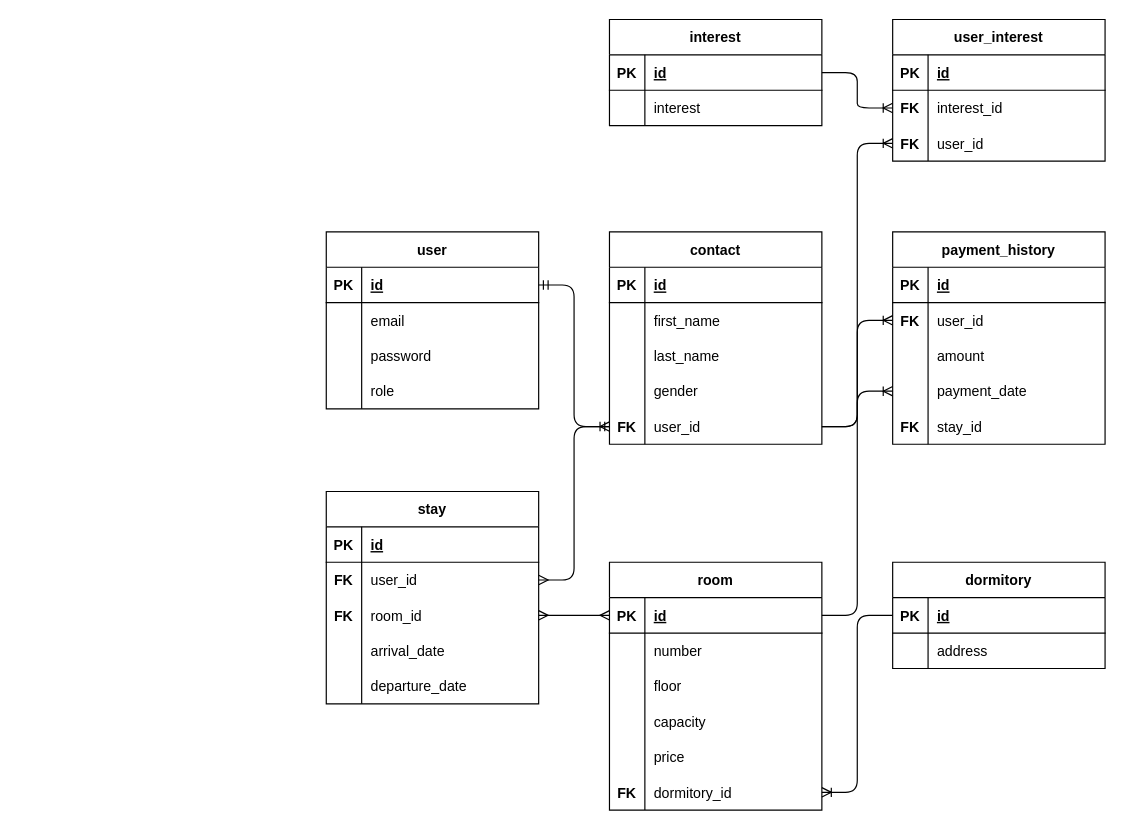
Above: draw.io/newDb.drawio in deividasdul/BAVIS (draw.io), before the change. Source tidied: cells renumbered, new cells numbered last; positions are measured from the earlier drawing's top-left corner, leaving out a move shared by most shapes. Both pictures are drawn from the tidied source at 118%, with x=0, y=0 at pixel (326, 19).
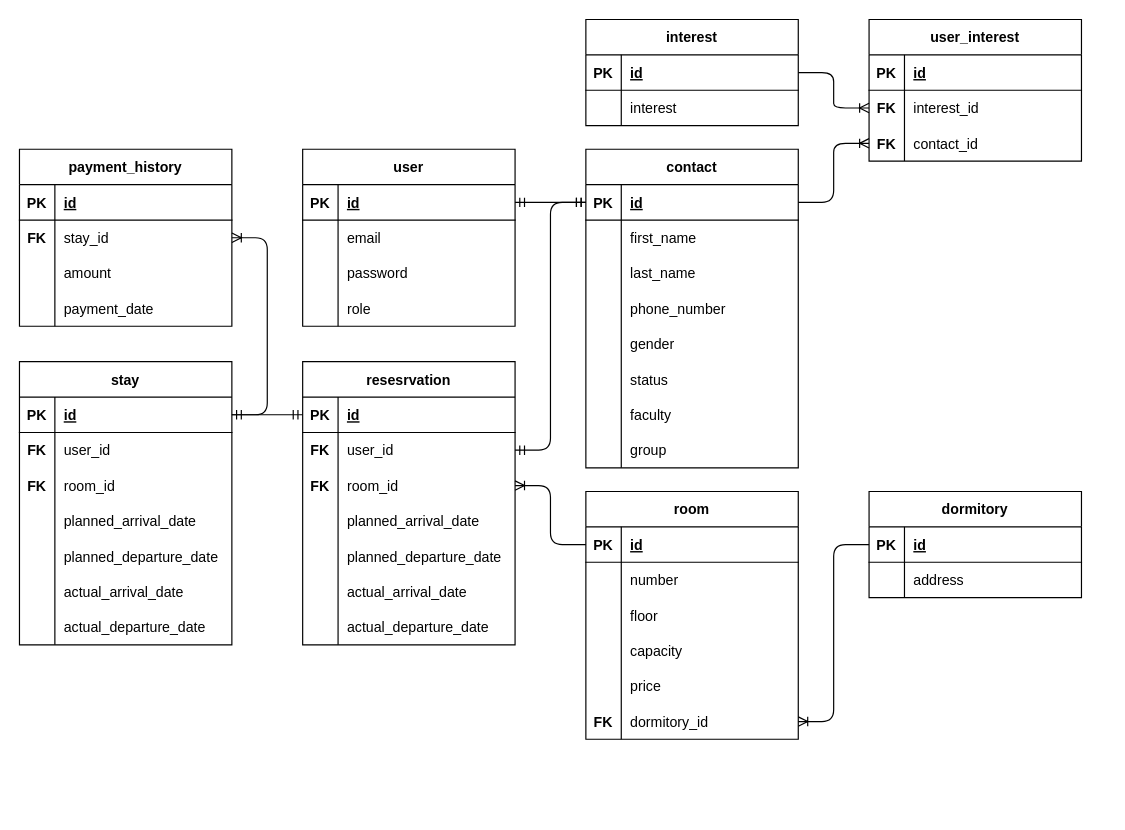
After the change.

Unchanged cells that the change refers to:
```xml
<mxCell id="3" style="shape=tableRow;horizontal=0;startSize=0;swimlaneHead=0;swimlaneBody=0;fillColor=none;points=[[0,0.5],[1,0.5]];portConstraint=eastwest;top=0;left=0;right=0;bottom=1;" parent="2" vertex="1">
  <mxGeometry y="30" width="180" height="30" as="geometry" />
</mxCell>
<mxCell id="18" style="shape=tableRow;horizontal=0;startSize=0;swimlaneHead=0;swimlaneBody=0;fillColor=none;points=[[0,0.5],[1,0.5]];portConstraint=eastwest;top=0;left=0;right=0;bottom=0;" parent="2" vertex="1">
  <mxGeometry y="180" width="180" height="30" as="geometry" />
</mxCell>
<mxCell id="22" style="shape=tableRow;horizontal=0;startSize=0;swimlaneHead=0;swimlaneBody=0;fillColor=none;points=[[0,0.5],[1,0.5]];portConstraint=eastwest;top=0;left=0;right=0;bottom=1;" parent="21" vertex="1">
  <mxGeometry y="30" width="180" height="30" as="geometry" />
</mxCell>
<mxCell id="30" style="shape=tableRow;horizontal=0;startSize=0;swimlaneHead=0;swimlaneBody=0;fillColor=none;points=[[0,0.5],[1,0.5]];portConstraint=eastwest;top=0;left=0;right=0;bottom=1;" parent="29" vertex="1">
  <mxGeometry y="30" width="180" height="30" as="geometry" />
</mxCell>
<mxCell id="43" style="shape=tableRow;horizontal=0;startSize=0;swimlaneHead=0;swimlaneBody=0;fillColor=none;points=[[0,0.5],[1,0.5]];portConstraint=eastwest;top=0;left=0;right=0;bottom=1;" parent="42" vertex="1">
  <mxGeometry y="30" width="180" height="30" as="geometry" />
</mxCell>
<mxCell id="60" style="shape=tableRow;horizontal=0;startSize=0;swimlaneHead=0;swimlaneBody=0;fillColor=none;points=[[0,0.5],[1,0.5]];portConstraint=eastwest;top=0;left=0;right=0;bottom=1;" parent="59" vertex="1">
  <mxGeometry y="30" width="180" height="30" as="geometry" />
</mxCell>
<mxCell id="63" style="shape=tableRow;horizontal=0;startSize=0;swimlaneHead=0;swimlaneBody=0;fillColor=none;points=[[0,0.5],[1,0.5]];portConstraint=eastwest;top=0;left=0;right=0;bottom=0;" parent="59" vertex="1">
  <mxGeometry y="60" width="180" height="30" as="geometry" />
</mxCell>
<mxCell id="66" style="shape=tableRow;horizontal=0;startSize=0;swimlaneHead=0;swimlaneBody=0;fillColor=none;points=[[0,0.5],[1,0.5]];portConstraint=eastwest;top=0;left=0;right=0;bottom=0;" parent="59" vertex="1">
  <mxGeometry y="90" width="180" height="30" as="geometry" />
</mxCell>
<mxCell id="69" style="shape=tableRow;horizontal=0;startSize=0;swimlaneHead=0;swimlaneBody=0;fillColor=none;top=0;left=0;right=0;bottom=0;" parent="59" vertex="1">
  <mxGeometry y="120" width="180" height="30" as="geometry" />
</mxCell>
<mxCell id="72" style="shape=tableRow;horizontal=0;startSize=0;swimlaneHead=0;swimlaneBody=0;fillColor=none;top=0;left=0;right=0;bottom=0;" parent="59" vertex="1">
  <mxGeometry y="150" width="180" height="30" as="geometry" />
</mxCell>
<mxCell id="86" style="shape=tableRow;horizontal=0;startSize=0;swimlaneHead=0;swimlaneBody=0;fillColor=none;points=[[0,0.5],[1,0.5]];portConstraint=eastwest;top=0;left=0;right=0;bottom=0;" parent="76" vertex="1">
  <mxGeometry y="120" width="180" height="30" as="geometry" />
</mxCell>
<mxCell id="109" style="shape=tableRow;horizontal=0;startSize=0;swimlaneHead=0;swimlaneBody=0;fillColor=none;points=[[0,0.5],[1,0.5]];portConstraint=eastwest;top=0;left=0;right=0;bottom=0;" parent="102" vertex="1">
  <mxGeometry y="90" width="180" height="30" as="geometry" />
</mxCell>
```

Diff of the diagram source:
```diff
@@
     <mxCell id="2" value="room" style="shape=table;startSize=30;childLayout=tableLayout;rowLines=0;fontStyle=1;align=center;" parent="1" vertex="1">
-      <mxGeometry x="240" y="460" width="180" height="210" as="geometry" />
+      <mxGeometry x="220" y="400" width="180" height="210" as="geometry" />
     </mxCell>
@@
     <mxCell id="21" value="dormitory" style="shape=table;startSize=30;childLayout=tableLayout;rowLines=0;fontStyle=1;align=center;" parent="1" vertex="1">
-      <mxGeometry x="480" y="460" width="180" height="90" as="geometry" />
+      <mxGeometry x="460" y="400" width="180" height="90" as="geometry" />
     </mxCell>
@@
-    <mxCell id="28" style="edgeStyle=entityRelationEdgeStyle;fontSize=12;html=1;endArrow=ERoneToMany;" parent="1" edge="1" source="22" target="18">
-      <mxGeometry relative="1" as="geometry" />
-    </mxCell>
     <mxCell id="29" value="user" style="shape=table;startSize=30;childLayout=tableLayout;rowLines=0;fontStyle=1;align=center;" parent="1" vertex="1">
-      <mxGeometry y="180" width="180" height="150" as="geometry" />
+      <mxGeometry x="-20" y="110" width="180" height="150" as="geometry" />
     </mxCell>
@@
     <mxCell id="42" value="contact" style="shape=table;startSize=30;childLayout=tableLayout;rowLines=0;fontStyle=1;align=center;" parent="1" vertex="1">
-      <mxGeometry x="240" y="180" width="180" height="180" as="geometry" />
+      <mxGeometry x="220" y="110" width="180" height="270" as="geometry" />
     </mxCell>
@@
+    <mxCell id="114" style="shape=tableRow;horizontal=0;startSize=0;swimlaneHead=0;swimlaneBody=0;fillColor=none;top=0;left=0;right=0;bottom=0;" parent="42" vertex="1">
+      <mxGeometry y="120" width="180" height="30" as="geometry" />
+    </mxCell>
+    <mxCell id="115" style="shape=partialRectangle;fillColor=none;top=0;left=0;bottom=0;right=0;overflow=hidden;" parent="114" vertex="1">
+      <mxGeometry width="30" height="30" as="geometry" />
+    </mxCell>
+    <mxCell id="116" value="phone_number" style="shape=partialRectangle;fillColor=none;top=0;left=0;bottom=0;right=0;align=left;spacingLeft=6;overflow=hidden;" parent="114" vertex="1">
+      <mxGeometry x="30" width="150" height="30" as="geometry" />
+    </mxCell>
     <mxCell id="52" style="shape=tableRow;horizontal=0;startSize=0;swimlaneHead=0;swimlaneBody=0;fillColor=none;top=0;left=0;right=0;bottom=0;" parent="42" vertex="1">
-      <mxGeometry y="120" width="180" height="30" as="geometry" />
+      <mxGeometry y="150" width="180" height="30" as="geometry" />
     </mxCell>
@@
-    <mxCell id="55" style="shape=tableRow;horizontal=0;startSize=0;swimlaneHead=0;swimlaneBody=0;fillColor=none;points=[[0,0.5],[1,0.5]];portConstraint=eastwest;top=0;left=0;right=0;bottom=0;" parent="42" vertex="1">
-      <mxGeometry y="150" width="180" height="30" as="geometry" />
-    </mxCell>
-    <mxCell id="56" value="FK" style="shape=partialRectangle;fillColor=none;top=0;left=0;bottom=0;right=0;overflow=hidden;fontStyle=1;" parent="55" vertex="1">
-      <mxGeometry width="30" height="30" as="geometry" />
-    </mxCell>
-    <mxCell id="57" value="user_id" style="shape=partialRectangle;fillColor=none;top=0;left=0;bottom=0;right=0;align=left;spacingLeft=6;overflow=hidden;" parent="55" vertex="1">
-      <mxGeometry x="30" width="150" height="30" as="geometry" />
-    </mxCell>
+    <mxCell id="117" style="shape=tableRow;horizontal=0;startSize=0;swimlaneHead=0;swimlaneBody=0;fillColor=none;top=0;left=0;right=0;bottom=0;" parent="42" vertex="1">
+      <mxGeometry y="180" width="180" height="30" as="geometry" />
+    </mxCell>
+    <mxCell id="118" style="shape=partialRectangle;fillColor=none;top=0;left=0;bottom=0;right=0;overflow=hidden;" parent="117" vertex="1">
+      <mxGeometry width="30" height="30" as="geometry" />
+    </mxCell>
+    <mxCell id="119" value="status" style="shape=partialRectangle;fillColor=none;top=0;left=0;bottom=0;right=0;align=left;spacingLeft=6;overflow=hidden;" parent="117" vertex="1">
+      <mxGeometry x="30" width="150" height="30" as="geometry" />
+    </mxCell>
+    <mxCell id="120" style="shape=tableRow;horizontal=0;startSize=0;swimlaneHead=0;swimlaneBody=0;fillColor=none;top=0;left=0;right=0;bottom=0;" parent="42" vertex="1">
+      <mxGeometry y="210" width="180" height="30" as="geometry" />
+    </mxCell>
+    <mxCell id="121" style="shape=partialRectangle;fillColor=none;top=0;left=0;bottom=0;right=0;overflow=hidden;" parent="120" vertex="1">
+      <mxGeometry width="30" height="30" as="geometry" />
+    </mxCell>
+    <mxCell id="122" value="faculty" style="shape=partialRectangle;fillColor=none;top=0;left=0;bottom=0;right=0;align=left;spacingLeft=6;overflow=hidden;" parent="120" vertex="1">
+      <mxGeometry x="30" width="150" height="30" as="geometry" />
+    </mxCell>
+    <mxCell id="123" style="shape=tableRow;horizontal=0;startSize=0;swimlaneHead=0;swimlaneBody=0;fillColor=none;top=0;left=0;right=0;bottom=0;" parent="42" vertex="1">
+      <mxGeometry y="240" width="180" height="30" as="geometry" />
+    </mxCell>
+    <mxCell id="124" style="shape=partialRectangle;fillColor=none;top=0;left=0;bottom=0;right=0;overflow=hidden;" parent="123" vertex="1">
+      <mxGeometry width="30" height="30" as="geometry" />
+    </mxCell>
+    <mxCell id="125" value="group" style="shape=partialRectangle;fillColor=none;top=0;left=0;bottom=0;right=0;align=left;spacingLeft=6;overflow=hidden;" parent="123" vertex="1">
+      <mxGeometry x="30" width="150" height="30" as="geometry" />
+    </mxCell>
-    <mxCell id="58" style="edgeStyle=entityRelationEdgeStyle;fontSize=12;html=1;endArrow=ERmandOne;startArrow=ERmandOne;" parent="1" edge="1" source="30" target="55">
+    <mxCell id="58" style="edgeStyle=entityRelationEdgeStyle;fontSize=12;html=1;endArrow=ERmandOne;startArrow=ERmandOne;" parent="1" edge="1" source="30" target="43">
       <mxGeometry relative="1" as="geometry" />
     </mxCell>
     <mxCell id="59" value="stay" style="shape=table;startSize=30;childLayout=tableLayout;rowLines=0;fontStyle=1;align=center;" parent="1" vertex="1">
-      <mxGeometry y="400" width="180" height="180" as="geometry" />
+      <mxGeometry x="-260" y="290" width="180" height="240" as="geometry" />
     </mxCell>
@@
-    <mxCell id="71" value="arrival_date" style="shape=partialRectangle;fillColor=none;top=0;left=0;bottom=0;right=0;align=left;spacingLeft=6;overflow=hidden;" parent="69" vertex="1">
+    <mxCell id="71" value="planned_arrival_date" style="shape=partialRectangle;fillColor=none;top=0;left=0;bottom=0;right=0;align=left;spacingLeft=6;overflow=hidden;" parent="69" vertex="1">
       <mxGeometry x="30" width="150" height="30" as="geometry" />
     </mxCell>
@@
-    <mxCell id="74" value="departure_date" style="shape=partialRectangle;fillColor=none;top=0;left=0;bottom=0;right=0;align=left;spacingLeft=6;overflow=hidden;" parent="72" vertex="1">
+    <mxCell id="74" value="planned_departure_date" style="shape=partialRectangle;fillColor=none;top=0;left=0;bottom=0;right=0;align=left;spacingLeft=6;overflow=hidden;" parent="72" vertex="1">
       <mxGeometry x="30" width="150" height="30" as="geometry" />
     </mxCell>
-    <mxCell id="75" style="edgeStyle=entityRelationEdgeStyle;fontSize=12;html=1;endArrow=ERmany;startArrow=ERmany;" parent="1" edge="1" source="66" target="3">
-      <mxGeometry relative="1" as="geometry" />
-    </mxCell>
+    <mxCell id="126" style="shape=tableRow;horizontal=0;startSize=0;swimlaneHead=0;swimlaneBody=0;fillColor=none;top=0;left=0;right=0;bottom=0;" parent="59" vertex="1">
+      <mxGeometry y="180" width="180" height="30" as="geometry" />
+    </mxCell>
+    <mxCell id="127" style="shape=partialRectangle;fillColor=none;top=0;left=0;bottom=0;right=0;overflow=hidden;" parent="126" vertex="1">
+      <mxGeometry width="30" height="30" as="geometry" />
+    </mxCell>
+    <mxCell id="128" value="actual_arrival_date" style="shape=partialRectangle;fillColor=none;top=0;left=0;bottom=0;right=0;align=left;spacingLeft=6;overflow=hidden;" parent="126" vertex="1">
+      <mxGeometry x="30" width="150" height="30" as="geometry" />
+    </mxCell>
+    <mxCell id="129" style="shape=tableRow;horizontal=0;startSize=0;swimlaneHead=0;swimlaneBody=0;fillColor=none;top=0;left=0;right=0;bottom=0;" parent="59" vertex="1">
+      <mxGeometry y="210" width="180" height="30" as="geometry" />
+    </mxCell>
+    <mxCell id="130" style="shape=partialRectangle;fillColor=none;top=0;left=0;bottom=0;right=0;overflow=hidden;" parent="129" vertex="1">
+      <mxGeometry width="30" height="30" as="geometry" />
+    </mxCell>
+    <mxCell id="131" value="actual_departure_date" style="shape=partialRectangle;fillColor=none;top=0;left=0;bottom=0;right=0;align=left;spacingLeft=6;overflow=hidden;" parent="129" vertex="1">
+      <mxGeometry x="30" width="150" height="30" as="geometry" />
+    </mxCell>
     <mxCell id="76" value="payment_history" style="shape=table;startSize=30;childLayout=tableLayout;rowLines=0;fontStyle=1;align=center;" parent="1" vertex="1">
-      <mxGeometry x="480" y="180" width="180" height="180" as="geometry" />
+      <mxGeometry x="-260" y="110" width="180" height="150" as="geometry" />
     </mxCell>
@@
-    <mxCell id="80" style="shape=tableRow;horizontal=0;startSize=0;swimlaneHead=0;swimlaneBody=0;fillColor=none;points=[[0,0.5],[1,0.5]];portConstraint=eastwest;top=0;left=0;right=0;bottom=0;" parent="76" vertex="1">
-      <mxGeometry y="60" width="180" height="30" as="geometry" />
-    </mxCell>
-    <mxCell id="81" value="FK" style="shape=partialRectangle;fillColor=none;top=0;left=0;bottom=0;right=0;overflow=hidden;fontStyle=1;" parent="80" vertex="1">
-      <mxGeometry width="30" height="30" as="geometry" />
-    </mxCell>
-    <mxCell id="82" value="user_id" style="shape=partialRectangle;fillColor=none;top=0;left=0;bottom=0;right=0;align=left;spacingLeft=6;overflow=hidden;" parent="80" vertex="1">
-      <mxGeometry x="30" width="150" height="30" as="geometry" />
-    </mxCell>
+    <mxCell id="132" style="shape=tableRow;horizontal=0;startSize=0;swimlaneHead=0;swimlaneBody=0;fillColor=none;points=[[0,0.5],[1,0.5]];portConstraint=eastwest;top=0;left=0;right=0;bottom=0;" parent="76" vertex="1">
+      <mxGeometry y="60" width="180" height="30" as="geometry" />
+    </mxCell>
+    <mxCell id="133" value="FK" style="shape=partialRectangle;fillColor=none;top=0;left=0;bottom=0;right=0;overflow=hidden;fontStyle=1;" parent="132" vertex="1">
+      <mxGeometry width="30" height="30" as="geometry" />
+    </mxCell>
+    <mxCell id="91" value="stay_id" style="shape=partialRectangle;fillColor=none;top=0;left=0;bottom=0;right=0;align=left;spacingLeft=6;overflow=hidden;" parent="132" vertex="1">
+      <mxGeometry x="30" width="150" height="30" as="geometry" />
+    </mxCell>
@@
-    <mxCell id="89" style="shape=tableRow;horizontal=0;startSize=0;swimlaneHead=0;swimlaneBody=0;fillColor=none;top=0;left=0;right=0;bottom=0;" parent="76" vertex="1">
-      <mxGeometry y="150" width="180" height="30" as="geometry" />
-    </mxCell>
-    <mxCell id="90" value="FK" style="shape=partialRectangle;fillColor=none;top=0;left=0;bottom=0;right=0;overflow=hidden;fontStyle=1;" parent="89" vertex="1">
-      <mxGeometry width="30" height="30" as="geometry" />
-    </mxCell>
-    <mxCell id="91" value="stay_id" style="shape=partialRectangle;fillColor=none;top=0;left=0;bottom=0;right=0;align=left;spacingLeft=6;overflow=hidden;" parent="89" vertex="1">
-      <mxGeometry x="30" width="150" height="30" as="geometry" />
-    </mxCell>
-    <mxCell id="92" style="edgeStyle=entityRelationEdgeStyle;fontSize=12;html=1;endArrow=ERoneToMany;" parent="1" edge="1" source="3" target="86">
-      <mxGeometry relative="1" as="geometry" />
-    </mxCell>
-    <mxCell id="93" style="edgeStyle=entityRelationEdgeStyle;fontSize=12;html=1;endArrow=ERoneToMany;" parent="1" edge="1" source="55" target="80">
-      <mxGeometry relative="1" as="geometry" />
-    </mxCell>
-    <mxCell id="94" style="edgeStyle=entityRelationEdgeStyle;fontSize=12;html=1;endArrow=ERmany;startArrow=ERmany;" parent="1" edge="1" source="63" target="55">
-      <mxGeometry relative="1" as="geometry" />
-    </mxCell>
     <mxCell id="95" value="interest" style="shape=table;startSize=30;childLayout=tableLayout;rowLines=0;fontStyle=1;align=center;" parent="1" vertex="1">
-      <mxGeometry x="240" width="180" height="90" as="geometry" />
+      <mxGeometry x="220" width="180" height="90" as="geometry" />
     </mxCell>
@@
     <mxCell id="102" value="user_interest" style="shape=table;startSize=30;childLayout=tableLayout;rowLines=0;fontStyle=1;align=center;" parent="1" vertex="1">
-      <mxGeometry x="480" width="180" height="120" as="geometry" />
+      <mxGeometry x="460" width="180" height="120" as="geometry" />
     </mxCell>
@@
-    <mxCell id="111" value="user_id" style="shape=partialRectangle;fillColor=none;top=0;left=0;bottom=0;right=0;align=left;spacingLeft=6;overflow=hidden;" parent="109" vertex="1">
+    <mxCell id="111" value="contact_id" style="shape=partialRectangle;fillColor=none;top=0;left=0;bottom=0;right=0;align=left;spacingLeft=6;overflow=hidden;" parent="109" vertex="1">
       <mxGeometry x="30" width="150" height="30" as="geometry" />
     </mxCell>
-    <mxCell id="112" style="edgeStyle=entityRelationEdgeStyle;fontSize=12;html=1;endArrow=ERoneToMany;" parent="1" edge="1" source="55" target="109">
+    <mxCell id="112" style="edgeStyle=entityRelationEdgeStyle;fontSize=12;html=1;endArrow=ERoneToMany;" parent="1" edge="1" source="43" target="109">
       <mxGeometry relative="1" as="geometry" />
     </mxCell>
@@
+    <mxCell id="134" value="resesrvation" style="shape=table;startSize=30;childLayout=tableLayout;rowLines=0;fontStyle=1;align=center;" parent="1" vertex="1">
+      <mxGeometry x="-20" y="290" width="180" height="240" as="geometry" />
+    </mxCell>
+    <mxCell id="135" style="shape=tableRow;horizontal=0;startSize=0;swimlaneHead=0;swimlaneBody=0;fillColor=none;points=[[0,0.5],[1,0.5]];portConstraint=eastwest;top=0;left=0;right=0;bottom=1;" parent="134" vertex="1">
+      <mxGeometry y="30" width="180" height="30" as="geometry" />
+    </mxCell>
+    <mxCell id="136" value="PK" style="shape=partialRectangle;fillColor=none;top=0;left=0;bottom=0;right=0;fontStyle=1;overflow=hidden;" parent="135" vertex="1">
+      <mxGeometry width="30" height="30" as="geometry" />
+    </mxCell>
+    <mxCell id="137" value="id" style="shape=partialRectangle;fillColor=none;top=0;left=0;bottom=0;right=0;align=left;spacingLeft=6;fontStyle=5;overflow=hidden;" parent="135" vertex="1">
+      <mxGeometry x="30" width="150" height="30" as="geometry" />
+    </mxCell>
+    <mxCell id="138" style="shape=tableRow;horizontal=0;startSize=0;swimlaneHead=0;swimlaneBody=0;fillColor=none;points=[[0,0.5],[1,0.5]];portConstraint=eastwest;top=0;left=0;right=0;bottom=0;" parent="134" vertex="1">
+      <mxGeometry y="60" width="180" height="30" as="geometry" />
+    </mxCell>
+    <mxCell id="139" value="FK" style="shape=partialRectangle;fillColor=none;top=0;left=0;bottom=0;right=0;overflow=hidden;fontStyle=1;" parent="138" vertex="1">
+      <mxGeometry width="30" height="30" as="geometry" />
+    </mxCell>
+    <mxCell id="140" value="user_id" style="shape=partialRectangle;fillColor=none;top=0;left=0;bottom=0;right=0;align=left;spacingLeft=6;overflow=hidden;" parent="138" vertex="1">
+      <mxGeometry x="30" width="150" height="30" as="geometry" />
+    </mxCell>
+    <mxCell id="141" style="shape=tableRow;horizontal=0;startSize=0;swimlaneHead=0;swimlaneBody=0;fillColor=none;points=[[0,0.5],[1,0.5]];portConstraint=eastwest;top=0;left=0;right=0;bottom=0;" parent="134" vertex="1">
+      <mxGeometry y="90" width="180" height="30" as="geometry" />
+    </mxCell>
+    <mxCell id="142" value="FK" style="shape=partialRectangle;fillColor=none;top=0;left=0;bottom=0;right=0;overflow=hidden;fontStyle=1;" parent="141" vertex="1">
+      <mxGeometry width="30" height="30" as="geometry" />
+    </mxCell>
+    <mxCell id="143" value="room_id" style="shape=partialRectangle;fillColor=none;top=0;left=0;bottom=0;right=0;align=left;spacingLeft=6;overflow=hidden;" parent="141" vertex="1">
+      <mxGeometry x="30" width="150" height="30" as="geometry" />
+    </mxCell>
+    <mxCell id="144" style="shape=tableRow;horizontal=0;startSize=0;swimlaneHead=0;swimlaneBody=0;fillColor=none;top=0;left=0;right=0;bottom=0;" parent="134" vertex="1">
+      <mxGeometry y="120" width="180" height="30" as="geometry" />
+    </mxCell>
+    <mxCell id="145" style="shape=partialRectangle;fillColor=none;top=0;left=0;bottom=0;right=0;overflow=hidden;" parent="144" vertex="1">
+      <mxGeometry width="30" height="30" as="geometry" />
+    </mxCell>
+    <mxCell id="146" value="planned_arrival_date" style="shape=partialRectangle;fillColor=none;top=0;left=0;bottom=0;right=0;align=left;spacingLeft=6;overflow=hidden;" parent="144" vertex="1">
+      <mxGeometry x="30" width="150" height="30" as="geometry" />
+    </mxCell>
+    <mxCell id="147" style="shape=tableRow;horizontal=0;startSize=0;swimlaneHead=0;swimlaneBody=0;fillColor=none;top=0;left=0;right=0;bottom=0;" parent="134" vertex="1">
+      <mxGeometry y="150" width="180" height="30" as="geometry" />
+    </mxCell>
+    <mxCell id="148" style="shape=partialRectangle;fillColor=none;top=0;left=0;bottom=0;right=0;overflow=hidden;" parent="147" vertex="1">
+      <mxGeometry width="30" height="30" as="geometry" />
+    </mxCell>
+    <mxCell id="149" value="planned_departure_date" style="shape=partialRectangle;fillColor=none;top=0;left=0;bottom=0;right=0;align=left;spacingLeft=6;overflow=hidden;" parent="147" vertex="1">
+      <mxGeometry x="30" width="150" height="30" as="geometry" />
+    </mxCell>
+    <mxCell id="150" style="shape=tableRow;horizontal=0;startSize=0;swimlaneHead=0;swimlaneBody=0;fillColor=none;top=0;left=0;right=0;bottom=0;" parent="134" vertex="1">
+      <mxGeometry y="180" width="180" height="30" as="geometry" />
+    </mxCell>
+    <mxCell id="151" style="shape=partialRectangle;fillColor=none;top=0;left=0;bottom=0;right=0;overflow=hidden;" parent="150" vertex="1">
+      <mxGeometry width="30" height="30" as="geometry" />
+    </mxCell>
+    <mxCell id="152" value="actual_arrival_date" style="shape=partialRectangle;fillColor=none;top=0;left=0;bottom=0;right=0;align=left;spacingLeft=6;overflow=hidden;" parent="150" vertex="1">
+      <mxGeometry x="30" width="150" height="30" as="geometry" />
+    </mxCell>
+    <mxCell id="153" style="shape=tableRow;horizontal=0;startSize=0;swimlaneHead=0;swimlaneBody=0;fillColor=none;top=0;left=0;right=0;bottom=0;" parent="134" vertex="1">
+      <mxGeometry y="210" width="180" height="30" as="geometry" />
+    </mxCell>
+    <mxCell id="154" style="shape=partialRectangle;fillColor=none;top=0;left=0;bottom=0;right=0;overflow=hidden;" parent="153" vertex="1">
+      <mxGeometry width="30" height="30" as="geometry" />
+    </mxCell>
+    <mxCell id="155" value="actual_departure_date" style="shape=partialRectangle;fillColor=none;top=0;left=0;bottom=0;right=0;align=left;spacingLeft=6;overflow=hidden;" parent="153" vertex="1">
+      <mxGeometry x="30" width="150" height="30" as="geometry" />
+    </mxCell>
+    <mxCell id="28" style="edgeStyle=entityRelationEdgeStyle;fontSize=12;html=1;endArrow=ERoneToMany;" parent="1" edge="1" source="22" target="18">
+      <mxGeometry relative="1" as="geometry" />
+    </mxCell>
+    <mxCell id="156" style="edgeStyle=entityRelationEdgeStyle;fontSize=12;html=1;endArrow=ERoneToMany;" parent="1" edge="1" source="3" target="141">
+      <mxGeometry relative="1" as="geometry" />
+    </mxCell>
+    <mxCell id="157" style="edgeStyle=entityRelationEdgeStyle;fontSize=12;html=1;endArrow=ERmandOne;startArrow=ERmandOne;" parent="1" edge="1" source="43" target="138">
+      <mxGeometry relative="1" as="geometry" />
+    </mxCell>
+    <mxCell id="158" style="edgeStyle=entityRelationEdgeStyle;fontSize=12;html=1;endArrow=ERmandOne;startArrow=ERmandOne;" parent="1" edge="1" source="135" target="60">
+      <mxGeometry relative="1" as="geometry" />
+    </mxCell>
+    <mxCell id="159" style="edgeStyle=entityRelationEdgeStyle;fontSize=12;html=1;endArrow=ERoneToMany;" parent="1" edge="1" source="60" target="132">
+      <mxGeometry relative="1" as="geometry" />
+    </mxCell>
```
